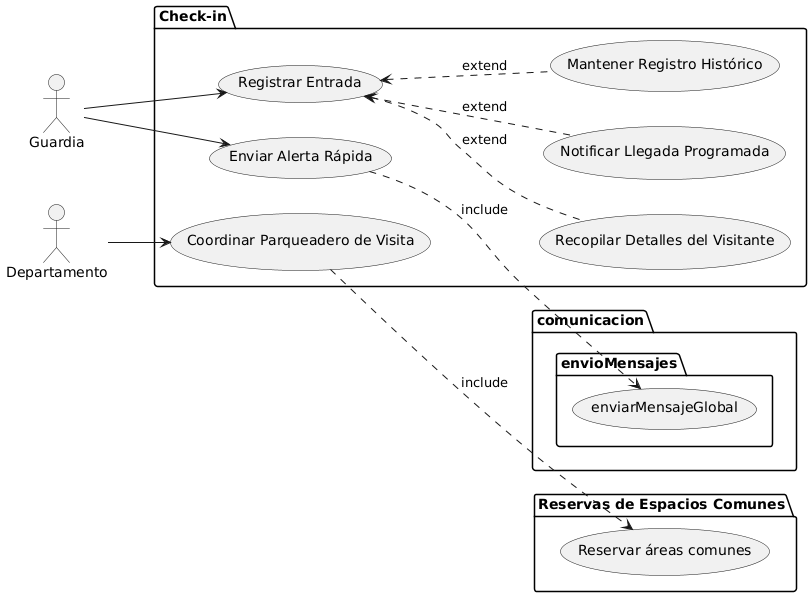
Before: Diagramas/CasosDeUso_GrupoE_Check-In/CasosDeUso.png, a diagram exported from PlantUML (richardriverag/ProyectoDiseno24B).
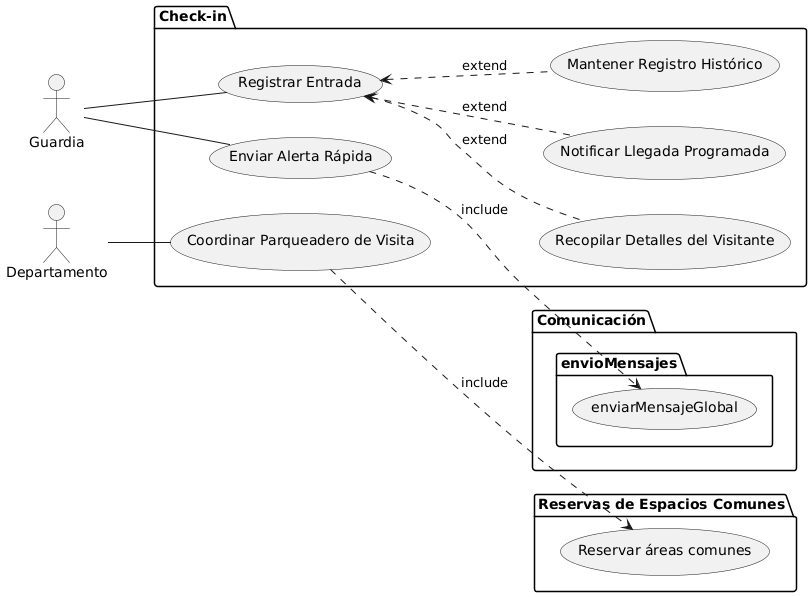
The same file after the commit.

Commit message:
Mpdify(Check-in): Modify CasosDeUsos.png

Change to the diagram source:
```diff
@@ -17,7 +17,7 @@
    usecase "Reservar áreas comunes" as reservarAC
 }
 
-package comunicacion{
+package "Comunicación"{
 package envioMensajes{
 usecase "enviarMensajeGlobal" as mensajeGlobal
 }
@@ -30,10 +30,10 @@
 registrarEntrada <.. mantenerRegistro : extend
 
 
-seguridad --> enviarAlerta
-seguridad -left-> registrarEntrada
+seguridad -down- enviarAlerta
+seguridad -left- registrarEntrada
 
-residente --> coordinarParqueadero
+residente -- coordinarParqueadero
 
 reservarAC <.up. coordinarParqueadero : include
 mensajeGlobal <.up. enviarAlerta : include
```
